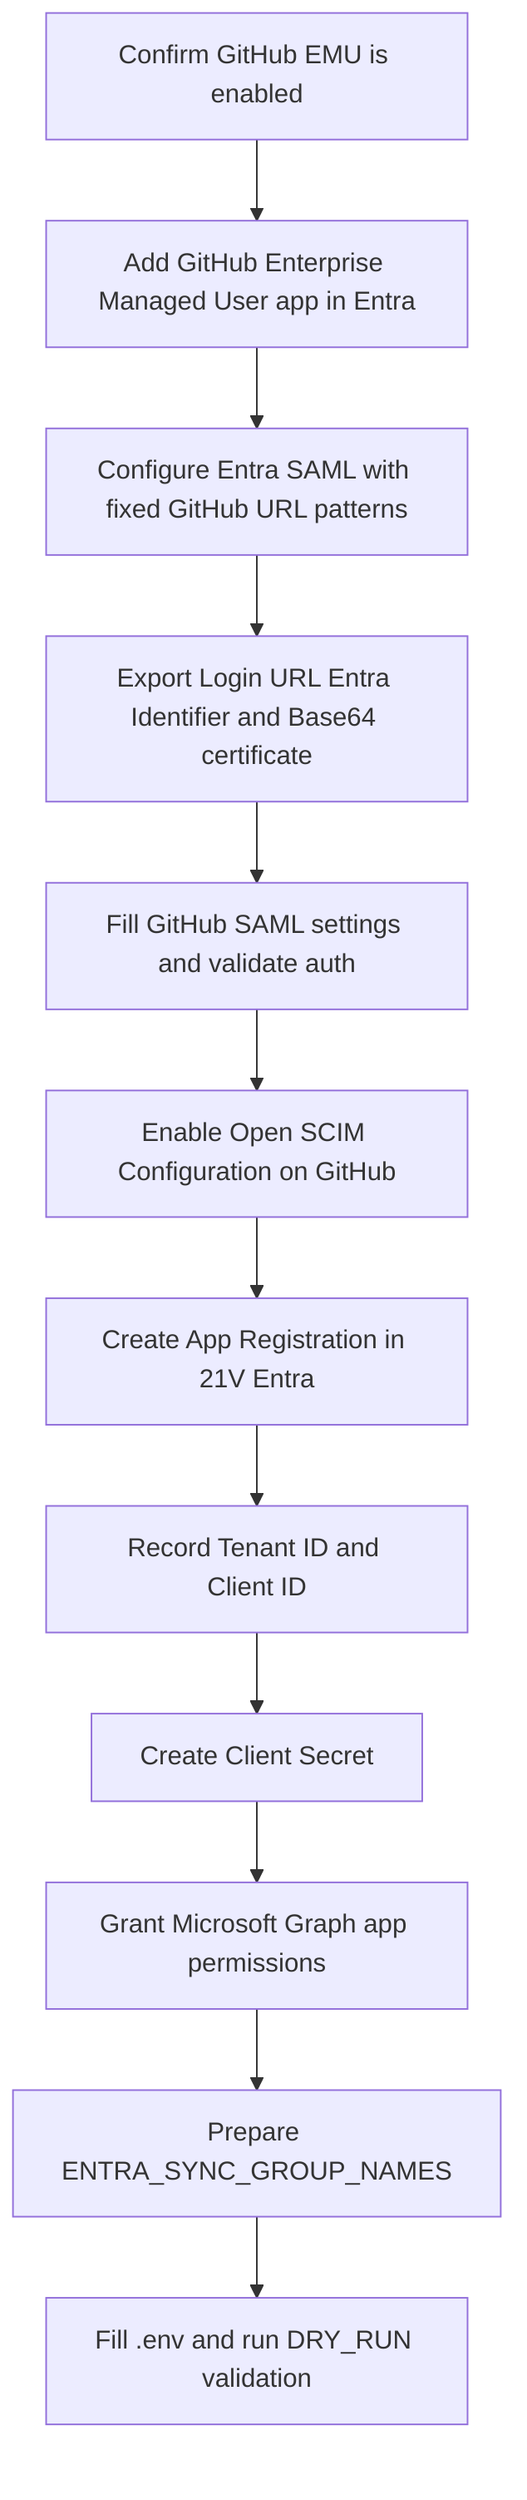
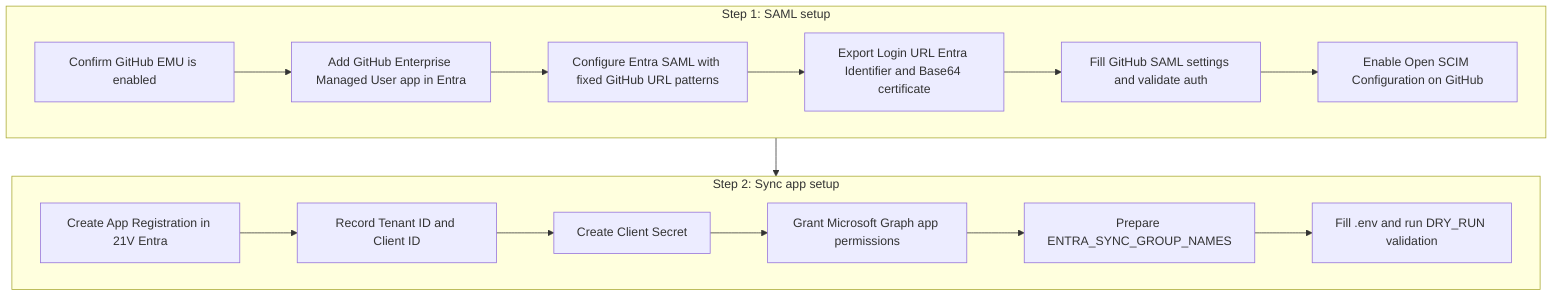
- ﻿flowchart TD
-     A[Confirm GitHub EMU is enabled] --> B[Add GitHub Enterprise Managed User app in Entra]
-     B --> C[Configure Entra SAML with fixed GitHub URL patterns]
-     C --> D[Export Login URL Entra Identifier and Base64 certificate]
-     D --> E[Fill GitHub SAML settings and validate auth]
-     E --> F[Enable Open SCIM Configuration on GitHub]
-     F --> G[Create App Registration in 21V Entra]
-     G --> H[Record Tenant ID and Client ID]
-     H --> I[Create Client Secret]
-     I --> J[Grant Microsoft Graph app permissions]
-     J --> K[Prepare ENTRA_SYNC_GROUP_NAMES]
-     K --> L[Fill .env and run DRY_RUN validation]
+ ﻿flowchart TB
+     subgraph S1[Step 1: SAML setup]
+         direction LR
+         A[Confirm GitHub EMU is enabled] --> B[Add GitHub Enterprise Managed User app in Entra]
+         B --> C[Configure Entra SAML with fixed GitHub URL patterns]
+         C --> D[Export Login URL Entra Identifier and Base64 certificate]
+         D --> E[Fill GitHub SAML settings and validate auth]
+         E --> F[Enable Open SCIM Configuration on GitHub]
+     end
+ 
+     subgraph S2[Step 2: Sync app setup]
+         direction LR
+         G[Create App Registration in 21V Entra] --> H[Record Tenant ID and Client ID]
+         H --> I[Create Client Secret]
+         I --> J[Grant Microsoft Graph app permissions]
+         J --> K[Prepare ENTRA_SYNC_GROUP_NAMES]
+         K --> L[Fill .env and run DRY_RUN validation]
+     end
+ 
+     F --> G
